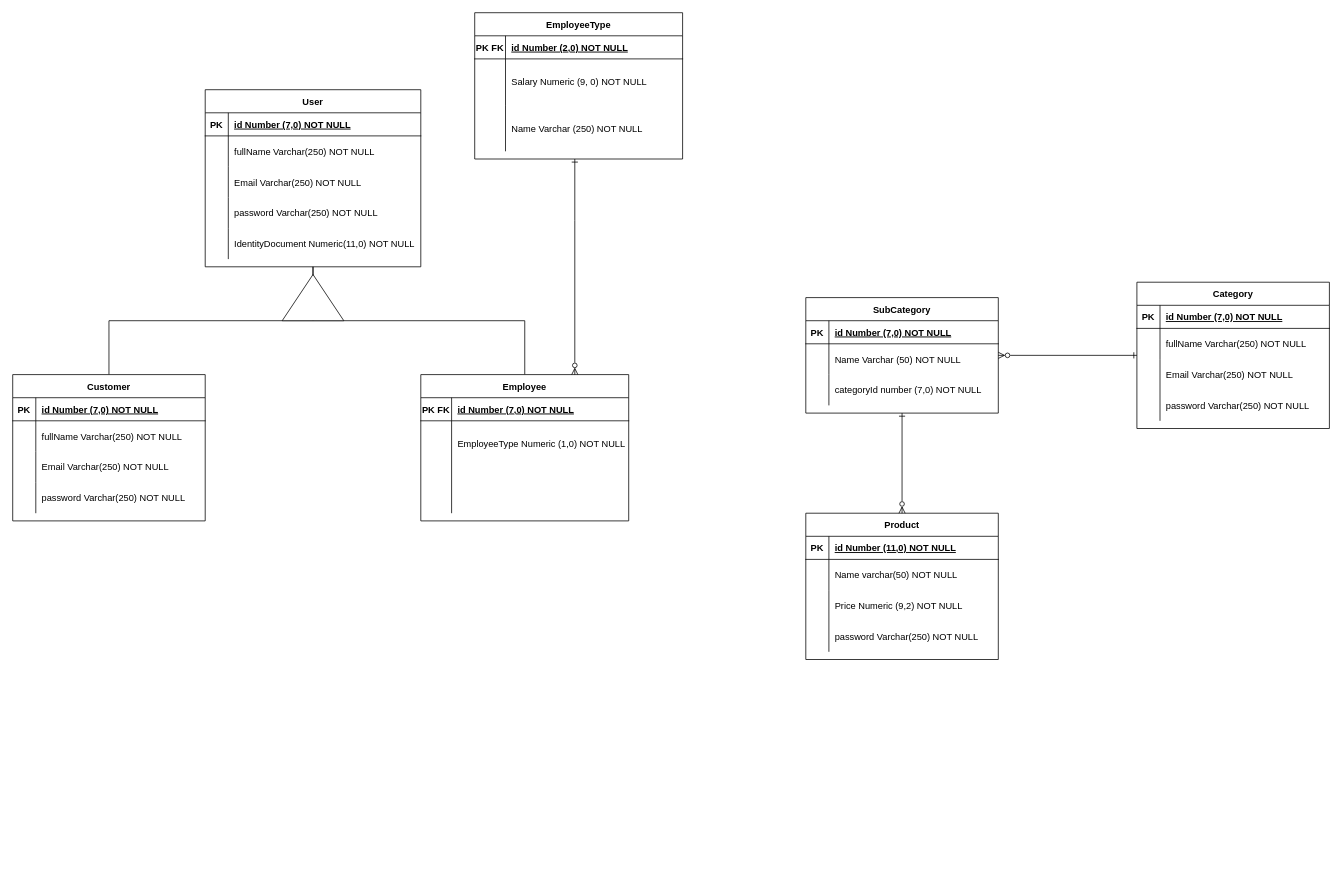
This is SuperMarketModeling.drawio from AlysonGJorge/SuperMarket-Backend-NestJs, a draw.io file, before an edit. Source tidied: cells renumbered, new cells numbered last; positions are measured from the earlier drawing's top-left corner, leaving out a move shared by most shapes. Both pictures are drawn from the tidied source at 77%, with x=0, y=0 at pixel (12, 12).
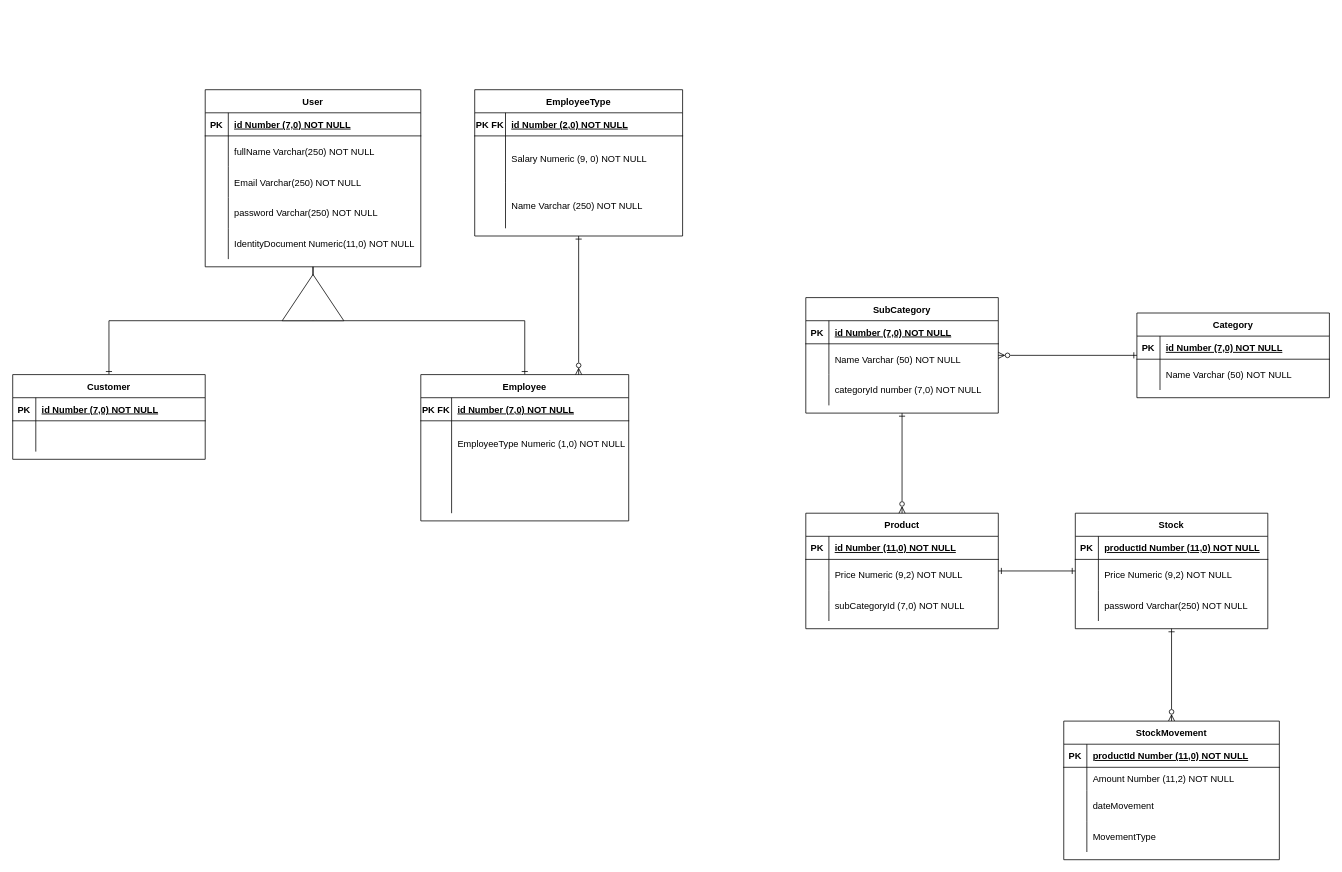
The same page after the edit.

The change refers to these unchanged cells:
```xml
<mxCell id="4" value="User" style="shape=table;startSize=30;childLayout=tableLayout;rowLines=0;fontStyle=1;align=center;" parent="1" vertex="1">
  <mxGeometry x="250" y="100" width="280" height="230" as="geometry" />
</mxCell>
<mxCell id="24" style="shape=partialRectangle;fillColor=none;top=0;left=0;right=0;bottom=0;" parent="20" vertex="1">
  <mxGeometry y="60" width="250" height="40" as="geometry" />
</mxCell>
<mxCell id="33" value="Employee" style="shape=table;startSize=30;childLayout=tableLayout;rowLines=0;fontStyle=1;align=center;" parent="1" vertex="1">
  <mxGeometry x="530" y="470" width="270" height="190" as="geometry" />
</mxCell>
<mxCell id="72" style="shape=partialRectangle;fillColor=none;top=0;left=0;right=0;bottom=0;" parent="68" vertex="1">
  <mxGeometry y="60" width="250" height="40" as="geometry" />
</mxCell>
```

What changed in the source:
```diff
@@
-    <mxCell id="2" style="edgeStyle=orthogonalEdgeStyle;rounded=0;jettySize=auto;html=1;endArrow=none;endFill=0;" parent="1" edge="1" source="4" target="33">
+    <mxCell id="2" style="edgeStyle=orthogonalEdgeStyle;rounded=0;jettySize=auto;html=1;endArrow=ERone;endFill=0;" parent="1" edge="1" source="4" target="33">
       <mxGeometry relative="1" as="geometry" />
     </mxCell>
-    <mxCell id="3" style="edgeStyle=orthogonalEdgeStyle;rounded=0;jettySize=auto;html=1;entryX=0.5;entryY=0;entryDx=0;entryDy=0;endArrow=none;endFill=0;" parent="1" edge="1" source="4" target="20">
+    <mxCell id="3" style="edgeStyle=orthogonalEdgeStyle;rounded=0;jettySize=auto;html=1;entryX=0.5;entryY=0;entryDx=0;entryDy=0;endArrow=ERone;endFill=0;" parent="1" edge="1" source="4" target="20">
       <mxGeometry relative="1" as="geometry" />
     </mxCell>
@@
     <mxCell id="20" value="Customer" style="shape=table;startSize=30;childLayout=tableLayout;rowLines=0;fontStyle=1;align=center;" parent="1" vertex="1">
-      <mxGeometry y="470" width="250" height="190" as="geometry" />
+      <mxGeometry y="470" width="250" height="110" as="geometry" />
     </mxCell>
@@
-    <mxCell id="26" value="fullName Varchar(250) NOT NULL" style="shape=partialRectangle;overflow=hidden;fillColor=none;top=0;left=0;bottom=0;right=0;align=left;spacingLeft=6;" parent="24" vertex="1">
+    <mxCell id="26" style="shape=partialRectangle;overflow=hidden;fillColor=none;top=0;left=0;bottom=0;right=0;align=left;spacingLeft=6;" parent="24" vertex="1">
       <mxGeometry x="30" width="220" height="40" as="geometry" />
     </mxCell>
-    <mxCell id="27" style="shape=partialRectangle;fillColor=none;top=0;left=0;right=0;bottom=0;" parent="20" vertex="1">
-      <mxGeometry y="100" width="250" height="40" as="geometry" />
-    </mxCell>
-    <mxCell id="28" style="shape=partialRectangle;overflow=hidden;fillColor=none;top=0;left=0;bottom=0;right=0;" parent="27" vertex="1">
-      <mxGeometry width="30" height="40" as="geometry" />
-    </mxCell>
-    <mxCell id="29" value="Email Varchar(250) NOT NULL" style="shape=partialRectangle;overflow=hidden;fillColor=none;top=0;left=0;bottom=0;right=0;align=left;spacingLeft=6;" parent="27" vertex="1">
-      <mxGeometry x="30" width="220" height="40" as="geometry" />
-    </mxCell>
-    <mxCell id="30" style="shape=partialRectangle;fillColor=none;top=0;left=0;right=0;bottom=0;" parent="20" vertex="1">
-      <mxGeometry y="140" width="250" height="40" as="geometry" />
-    </mxCell>
-    <mxCell id="31" style="shape=partialRectangle;overflow=hidden;fillColor=none;top=0;left=0;bottom=0;right=0;" parent="30" vertex="1">
-      <mxGeometry width="30" height="40" as="geometry" />
-    </mxCell>
-    <mxCell id="32" value="password Varchar(250) NOT NULL" style="shape=partialRectangle;overflow=hidden;fillColor=none;top=0;left=0;bottom=0;right=0;align=left;spacingLeft=6;" parent="30" vertex="1">
-      <mxGeometry x="30" width="220" height="40" as="geometry" />
-    </mxCell>
@@
     <mxCell id="44" value="EmployeeType" style="shape=table;startSize=30;childLayout=tableLayout;rowLines=0;fontStyle=1;align=center;" parent="1" vertex="1">
-      <mxGeometry x="600" width="270" height="190" as="geometry" />
+      <mxGeometry x="600" y="100" width="270" height="190" as="geometry" />
     </mxCell>
@@
+    <mxCell id="93" style="edgeStyle=orthogonalEdgeStyle;rounded=0;jettySize=auto;html=1;startArrow=ERone;startFill=0;endArrow=ERone;endFill=0;" parent="1" edge="1" source="54" target="95">
+      <mxGeometry relative="1" as="geometry" />
+    </mxCell>
     <mxCell id="54" value="Product" style="shape=table;startSize=30;childLayout=tableLayout;rowLines=0;fontStyle=1;align=center;" parent="1" vertex="1">
-      <mxGeometry x="1030" y="650" width="250" height="190" as="geometry" />
+      <mxGeometry x="1030" y="650" width="250" height="150" as="geometry" />
     </mxCell>
@@
-    <mxCell id="58" style="shape=partialRectangle;fillColor=none;top=0;left=0;right=0;bottom=0;" parent="54" vertex="1">
-      <mxGeometry y="60" width="250" height="40" as="geometry" />
-    </mxCell>
-    <mxCell id="59" style="shape=partialRectangle;overflow=hidden;fillColor=none;top=0;left=0;bottom=0;right=0;" parent="58" vertex="1">
-      <mxGeometry width="30" height="40" as="geometry" />
-    </mxCell>
-    <mxCell id="60" value="Name varchar(50) NOT NULL" style="shape=partialRectangle;overflow=hidden;fillColor=none;top=0;left=0;bottom=0;right=0;align=left;spacingLeft=6;" parent="58" vertex="1">
-      <mxGeometry x="30" width="220" height="40" as="geometry" />
-    </mxCell>
     <mxCell id="61" style="shape=partialRectangle;fillColor=none;top=0;left=0;right=0;bottom=0;" parent="54" vertex="1">
-      <mxGeometry y="100" width="250" height="40" as="geometry" />
+      <mxGeometry y="60" width="250" height="40" as="geometry" />
     </mxCell>
@@
     <mxCell id="64" style="shape=partialRectangle;fillColor=none;top=0;left=0;right=0;bottom=0;" parent="54" vertex="1">
-      <mxGeometry y="140" width="250" height="40" as="geometry" />
+      <mxGeometry y="100" width="250" height="40" as="geometry" />
     </mxCell>
@@
-    <mxCell id="66" value="password Varchar(250) NOT NULL" style="shape=partialRectangle;overflow=hidden;fillColor=none;top=0;left=0;bottom=0;right=0;align=left;spacingLeft=6;" parent="64" vertex="1">
+    <mxCell id="66" value="subCategoryId (7,0) NOT NULL" style="shape=partialRectangle;overflow=hidden;fillColor=none;top=0;left=0;bottom=0;right=0;align=left;spacingLeft=6;" parent="64" vertex="1">
       <mxGeometry x="30" width="220" height="40" as="geometry" />
     </mxCell>
@@
     <mxCell id="68" value="Category" style="shape=table;startSize=30;childLayout=tableLayout;rowLines=0;fontStyle=1;align=center;" parent="1" vertex="1">
-      <mxGeometry x="1460" y="350" width="250" height="190" as="geometry" />
+      <mxGeometry x="1460" y="390" width="250" height="110" as="geometry" />
     </mxCell>
@@
-    <mxCell id="74" value="fullName Varchar(250) NOT NULL" style="shape=partialRectangle;overflow=hidden;fillColor=none;top=0;left=0;bottom=0;right=0;align=left;spacingLeft=6;" parent="72" vertex="1">
+    <mxCell id="74" value="Name Varchar (50) NOT NULL" style="shape=partialRectangle;overflow=hidden;fillColor=none;top=0;left=0;bottom=0;right=0;align=left;spacingLeft=6;" parent="72" vertex="1">
       <mxGeometry x="30" width="220" height="40" as="geometry" />
     </mxCell>
-    <mxCell id="75" style="shape=partialRectangle;fillColor=none;top=0;left=0;right=0;bottom=0;" parent="68" vertex="1">
-      <mxGeometry y="100" width="250" height="40" as="geometry" />
-    </mxCell>
-    <mxCell id="76" style="shape=partialRectangle;overflow=hidden;fillColor=none;top=0;left=0;bottom=0;right=0;" parent="75" vertex="1">
-      <mxGeometry width="30" height="40" as="geometry" />
-    </mxCell>
-    <mxCell id="77" value="Email Varchar(250) NOT NULL" style="shape=partialRectangle;overflow=hidden;fillColor=none;top=0;left=0;bottom=0;right=0;align=left;spacingLeft=6;" parent="75" vertex="1">
-      <mxGeometry x="30" width="220" height="40" as="geometry" />
-    </mxCell>
-    <mxCell id="78" style="shape=partialRectangle;fillColor=none;top=0;left=0;right=0;bottom=0;" parent="68" vertex="1">
-      <mxGeometry y="140" width="250" height="40" as="geometry" />
-    </mxCell>
-    <mxCell id="79" style="shape=partialRectangle;overflow=hidden;fillColor=none;top=0;left=0;bottom=0;right=0;" parent="78" vertex="1">
-      <mxGeometry width="30" height="40" as="geometry" />
-    </mxCell>
-    <mxCell id="80" value="password Varchar(250) NOT NULL" style="shape=partialRectangle;overflow=hidden;fillColor=none;top=0;left=0;bottom=0;right=0;align=left;spacingLeft=6;" parent="78" vertex="1">
-      <mxGeometry x="30" width="220" height="40" as="geometry" />
-    </mxCell>
@@
+    <mxCell id="94" style="edgeStyle=orthogonalEdgeStyle;rounded=0;jettySize=auto;html=1;endArrow=ERzeroToMany;endFill=0;startArrow=ERone;startFill=0;" parent="1" edge="1" source="95" target="104">
+      <mxGeometry relative="1" as="geometry" />
+    </mxCell>
+    <mxCell id="95" value="Stock" style="shape=table;startSize=30;childLayout=tableLayout;rowLines=0;fontStyle=1;align=center;" parent="1" vertex="1">
+      <mxGeometry x="1380" y="650" width="250" height="150" as="geometry" />
+    </mxCell>
+    <mxCell id="96" style="shape=partialRectangle;fillColor=none;top=0;left=0;right=0;bottom=1;" parent="95" vertex="1">
+      <mxGeometry y="30" width="250" height="30" as="geometry" />
+    </mxCell>
+    <mxCell id="97" value="PK" style="shape=partialRectangle;overflow=hidden;fillColor=none;top=0;left=0;bottom=0;right=0;fontStyle=1;" parent="96" vertex="1">
+      <mxGeometry width="30" height="30" as="geometry" />
+    </mxCell>
+    <mxCell id="98" value="productId Number (11,0) NOT NULL" style="shape=partialRectangle;overflow=hidden;fillColor=none;top=0;left=0;bottom=0;right=0;align=left;spacingLeft=6;fontStyle=5;" parent="96" vertex="1">
+      <mxGeometry x="30" width="220" height="30" as="geometry" />
+    </mxCell>
+    <mxCell id="58" style="shape=partialRectangle;fillColor=none;top=0;left=0;right=0;bottom=0;" parent="95" vertex="1">
+      <mxGeometry y="60" width="250" height="40" as="geometry" />
+    </mxCell>
+    <mxCell id="99" style="shape=partialRectangle;overflow=hidden;fillColor=none;top=0;left=0;bottom=0;right=0;" parent="58" vertex="1">
+      <mxGeometry width="30" height="40" as="geometry" />
+    </mxCell>
+    <mxCell id="100" value="Price Numeric (9,2) NOT NULL" style="shape=partialRectangle;overflow=hidden;fillColor=none;top=0;left=0;bottom=0;right=0;align=left;spacingLeft=6;" parent="58" vertex="1">
+      <mxGeometry x="30" width="220" height="40" as="geometry" />
+    </mxCell>
+    <mxCell id="101" style="shape=partialRectangle;fillColor=none;top=0;left=0;right=0;bottom=0;" parent="95" vertex="1">
+      <mxGeometry y="100" width="250" height="40" as="geometry" />
+    </mxCell>
+    <mxCell id="102" style="shape=partialRectangle;overflow=hidden;fillColor=none;top=0;left=0;bottom=0;right=0;" parent="101" vertex="1">
+      <mxGeometry width="30" height="40" as="geometry" />
+    </mxCell>
+    <mxCell id="103" value="password Varchar(250) NOT NULL" style="shape=partialRectangle;overflow=hidden;fillColor=none;top=0;left=0;bottom=0;right=0;align=left;spacingLeft=6;" parent="101" vertex="1">
+      <mxGeometry x="30" width="220" height="40" as="geometry" />
+    </mxCell>
+    <mxCell id="104" value="StockMovement" style="shape=table;startSize=30;childLayout=tableLayout;rowLines=0;fontStyle=1;align=center;" parent="1" vertex="1">
+      <mxGeometry x="1365" y="920" width="280" height="180" as="geometry" />
+    </mxCell>
+    <mxCell id="105" style="shape=partialRectangle;fillColor=none;top=0;left=0;right=0;bottom=1;" parent="104" vertex="1">
+      <mxGeometry y="30" width="280" height="30" as="geometry" />
+    </mxCell>
+    <mxCell id="106" value="PK" style="shape=partialRectangle;overflow=hidden;fillColor=none;top=0;left=0;bottom=0;right=0;fontStyle=1;" parent="105" vertex="1">
+      <mxGeometry width="30" height="30" as="geometry" />
+    </mxCell>
+    <mxCell id="107" value="productId Number (11,0) NOT NULL" style="shape=partialRectangle;overflow=hidden;fillColor=none;top=0;left=0;bottom=0;right=0;align=left;spacingLeft=6;fontStyle=5;" parent="105" vertex="1">
+      <mxGeometry x="30" width="250" height="30" as="geometry" />
+    </mxCell>
+    <mxCell id="108" style="shape=partialRectangle;fillColor=none;top=0;left=0;right=0;bottom=0;" parent="104" vertex="1">
+      <mxGeometry y="60" width="280" height="30" as="geometry" />
+    </mxCell>
+    <mxCell id="109" style="shape=partialRectangle;overflow=hidden;fillColor=none;top=0;left=0;bottom=0;right=0;" parent="108" vertex="1">
+      <mxGeometry width="30" height="30" as="geometry" />
+    </mxCell>
+    <mxCell id="110" value="Amount Number (11,2) NOT NULL" style="shape=partialRectangle;overflow=hidden;fillColor=none;top=0;left=0;bottom=0;right=0;align=left;spacingLeft=6;" parent="108" vertex="1">
+      <mxGeometry x="30" width="250" height="30" as="geometry" />
+    </mxCell>
+    <mxCell id="111" style="shape=partialRectangle;fillColor=none;top=0;left=0;right=0;bottom=0;" parent="104" vertex="1">
+      <mxGeometry y="90" width="280" height="40" as="geometry" />
+    </mxCell>
+    <mxCell id="112" style="shape=partialRectangle;overflow=hidden;fillColor=none;top=0;left=0;bottom=0;right=0;" parent="111" vertex="1">
+      <mxGeometry width="30" height="40" as="geometry" />
+    </mxCell>
+    <mxCell id="113" value="dateMovement" style="shape=partialRectangle;overflow=hidden;fillColor=none;top=0;left=0;bottom=0;right=0;align=left;spacingLeft=6;" parent="111" vertex="1">
+      <mxGeometry x="30" width="250" height="40" as="geometry" />
+    </mxCell>
+    <mxCell id="114" style="shape=partialRectangle;fillColor=none;top=0;left=0;right=0;bottom=0;" parent="104" vertex="1">
+      <mxGeometry y="130" width="280" height="40" as="geometry" />
+    </mxCell>
+    <mxCell id="115" style="shape=partialRectangle;overflow=hidden;fillColor=none;top=0;left=0;bottom=0;right=0;" parent="114" vertex="1">
+      <mxGeometry width="30" height="40" as="geometry" />
+    </mxCell>
+    <mxCell id="116" value="MovementType" style="shape=partialRectangle;overflow=hidden;fillColor=none;top=0;left=0;bottom=0;right=0;align=left;spacingLeft=6;" parent="114" vertex="1">
+      <mxGeometry x="30" width="250" height="40" as="geometry" />
+    </mxCell>
```
